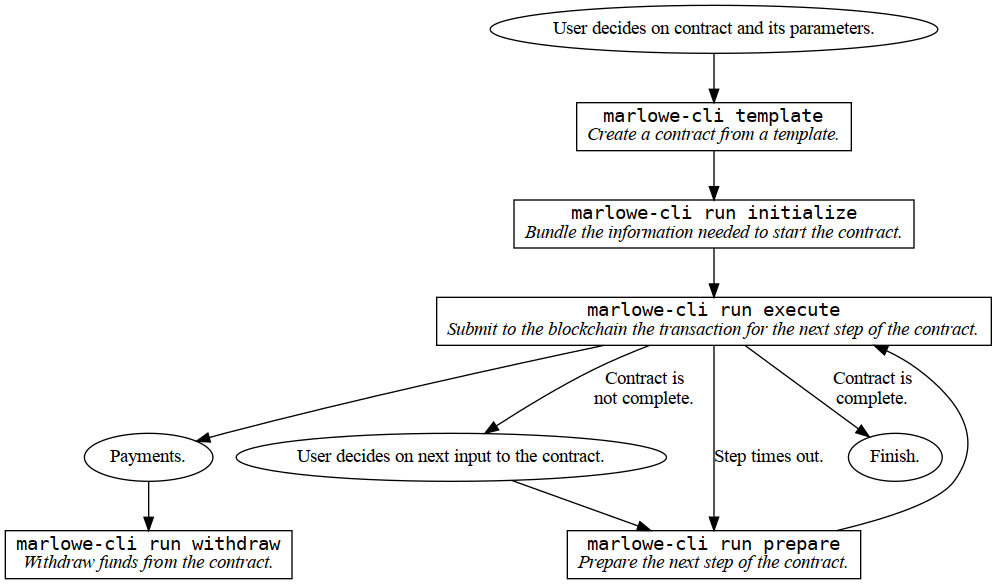
Above: diagrams/high-level-concrete.png in input-output-hk/real-world-marlowe (Graphviz), before the change. Its source is kept beside it as diagrams/high-level-concrete.dot.
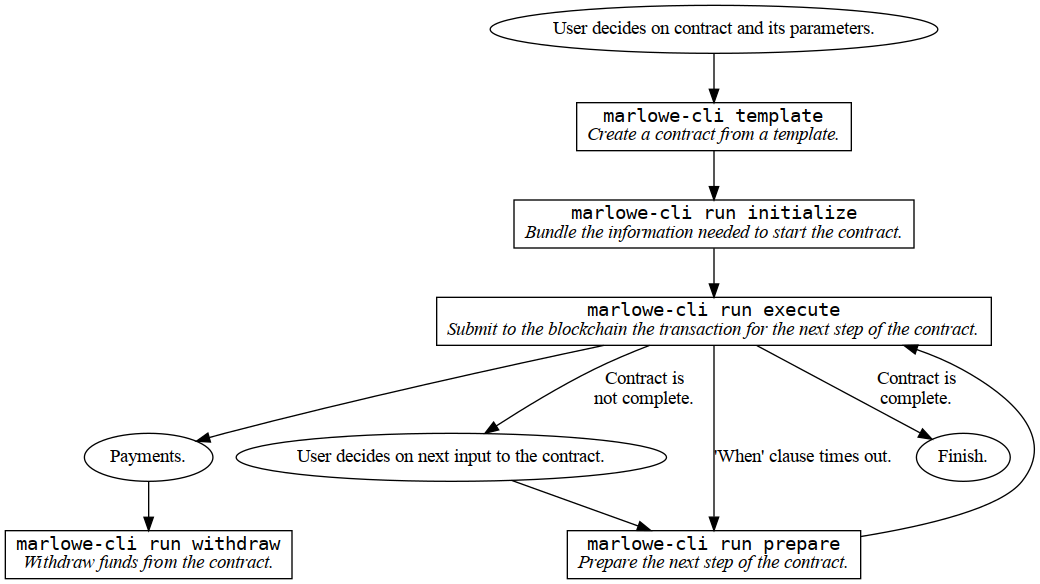
The same file after the commit.

Diff of the diagram source:
```diff
@@ -49,7 +49,7 @@
 Execute -> Close [label="Contract is\ncomplete."]
 
 
-Execute -> Prepare [label="Step times out."]
+Execute -> Prepare [label="'When' clause times out."]
 
 
 }
```
